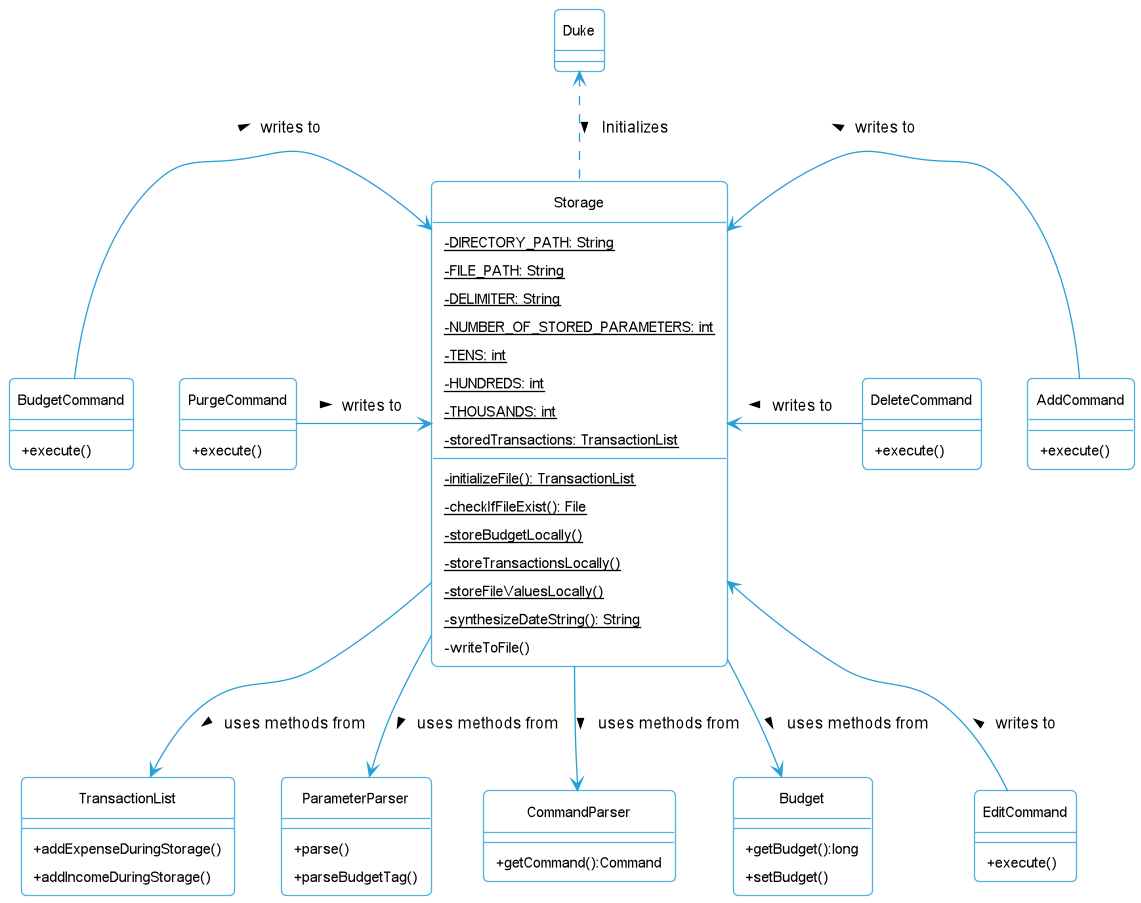
nus-cs2113-AY2223S1/tp keeps this PlantUML diagram as docs/images/StorageComponentClassDiagram.png. Above is the earlier version.
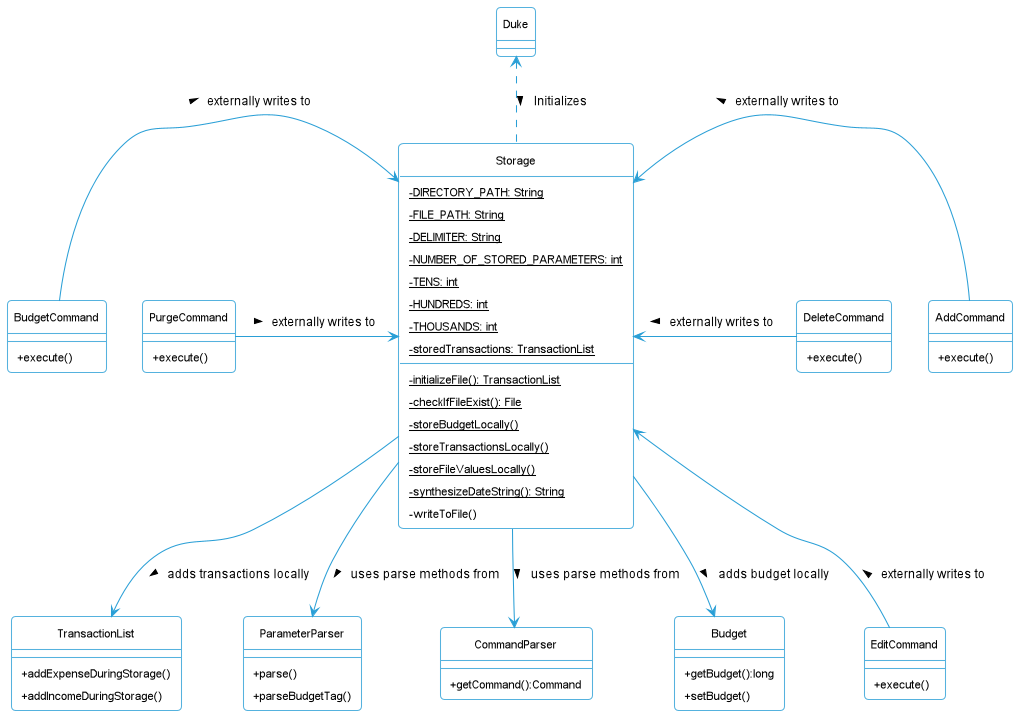
After the change.

Commit message:
Update AddCommand diagrams

Diff of the diagram source:
```diff
@@ -62,15 +62,15 @@
 }
 
 Duke <.. Storage: Initializes >
-Storage --> "ParameterParser": uses methods from >
-Storage --> "CommandParser": uses methods from >
-Storage --> "TransactionList":uses methods from >
-Storage --> "Budget":uses methods from >
-Storage <-right- "AddCommand":writes to <
-Storage <-- "EditCommand":writes to <
-Storage <-right- "DeleteCommand":writes to <
-Storage <-left- "PurgeCommand":writes to <
-Storage <-left- "BudgetCommand":writes to <
+Storage --> "ParameterParser": uses parse methods from >
+Storage --> "CommandParser": uses parse methods from >
+Storage --> "TransactionList": adds transactions locally >
+Storage --> "Budget":adds budget locally >
+Storage <-right- "AddCommand":externally writes to <
+Storage <-- "EditCommand":externally writes to <
+Storage <-right- "DeleteCommand":externally writes to <
+Storage <-left- "PurgeCommand":externally writes to <
+Storage <-left- "BudgetCommand":externally writes to <
 
 
 @enduml
```
